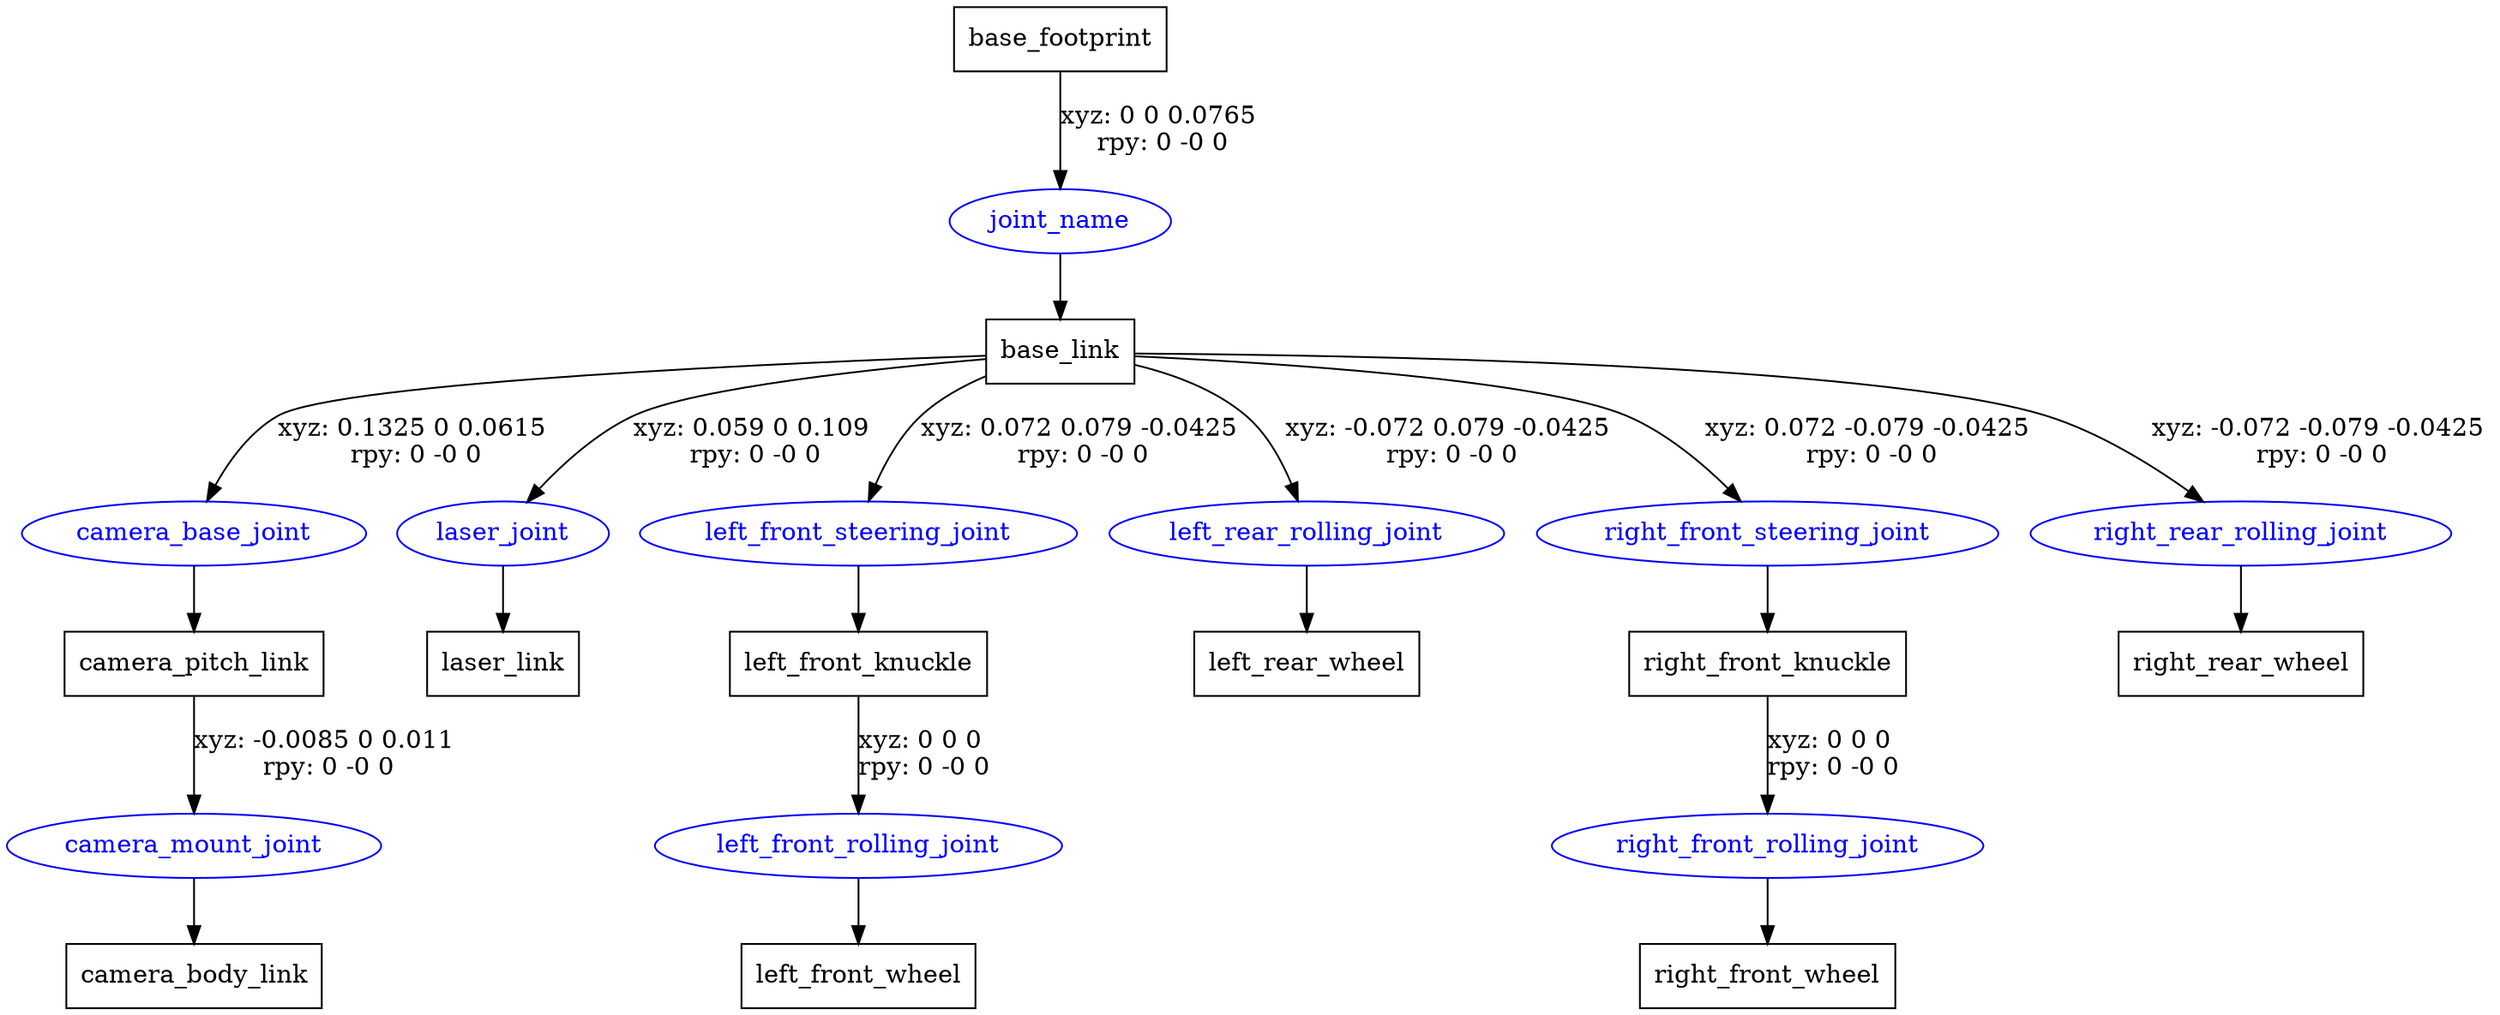
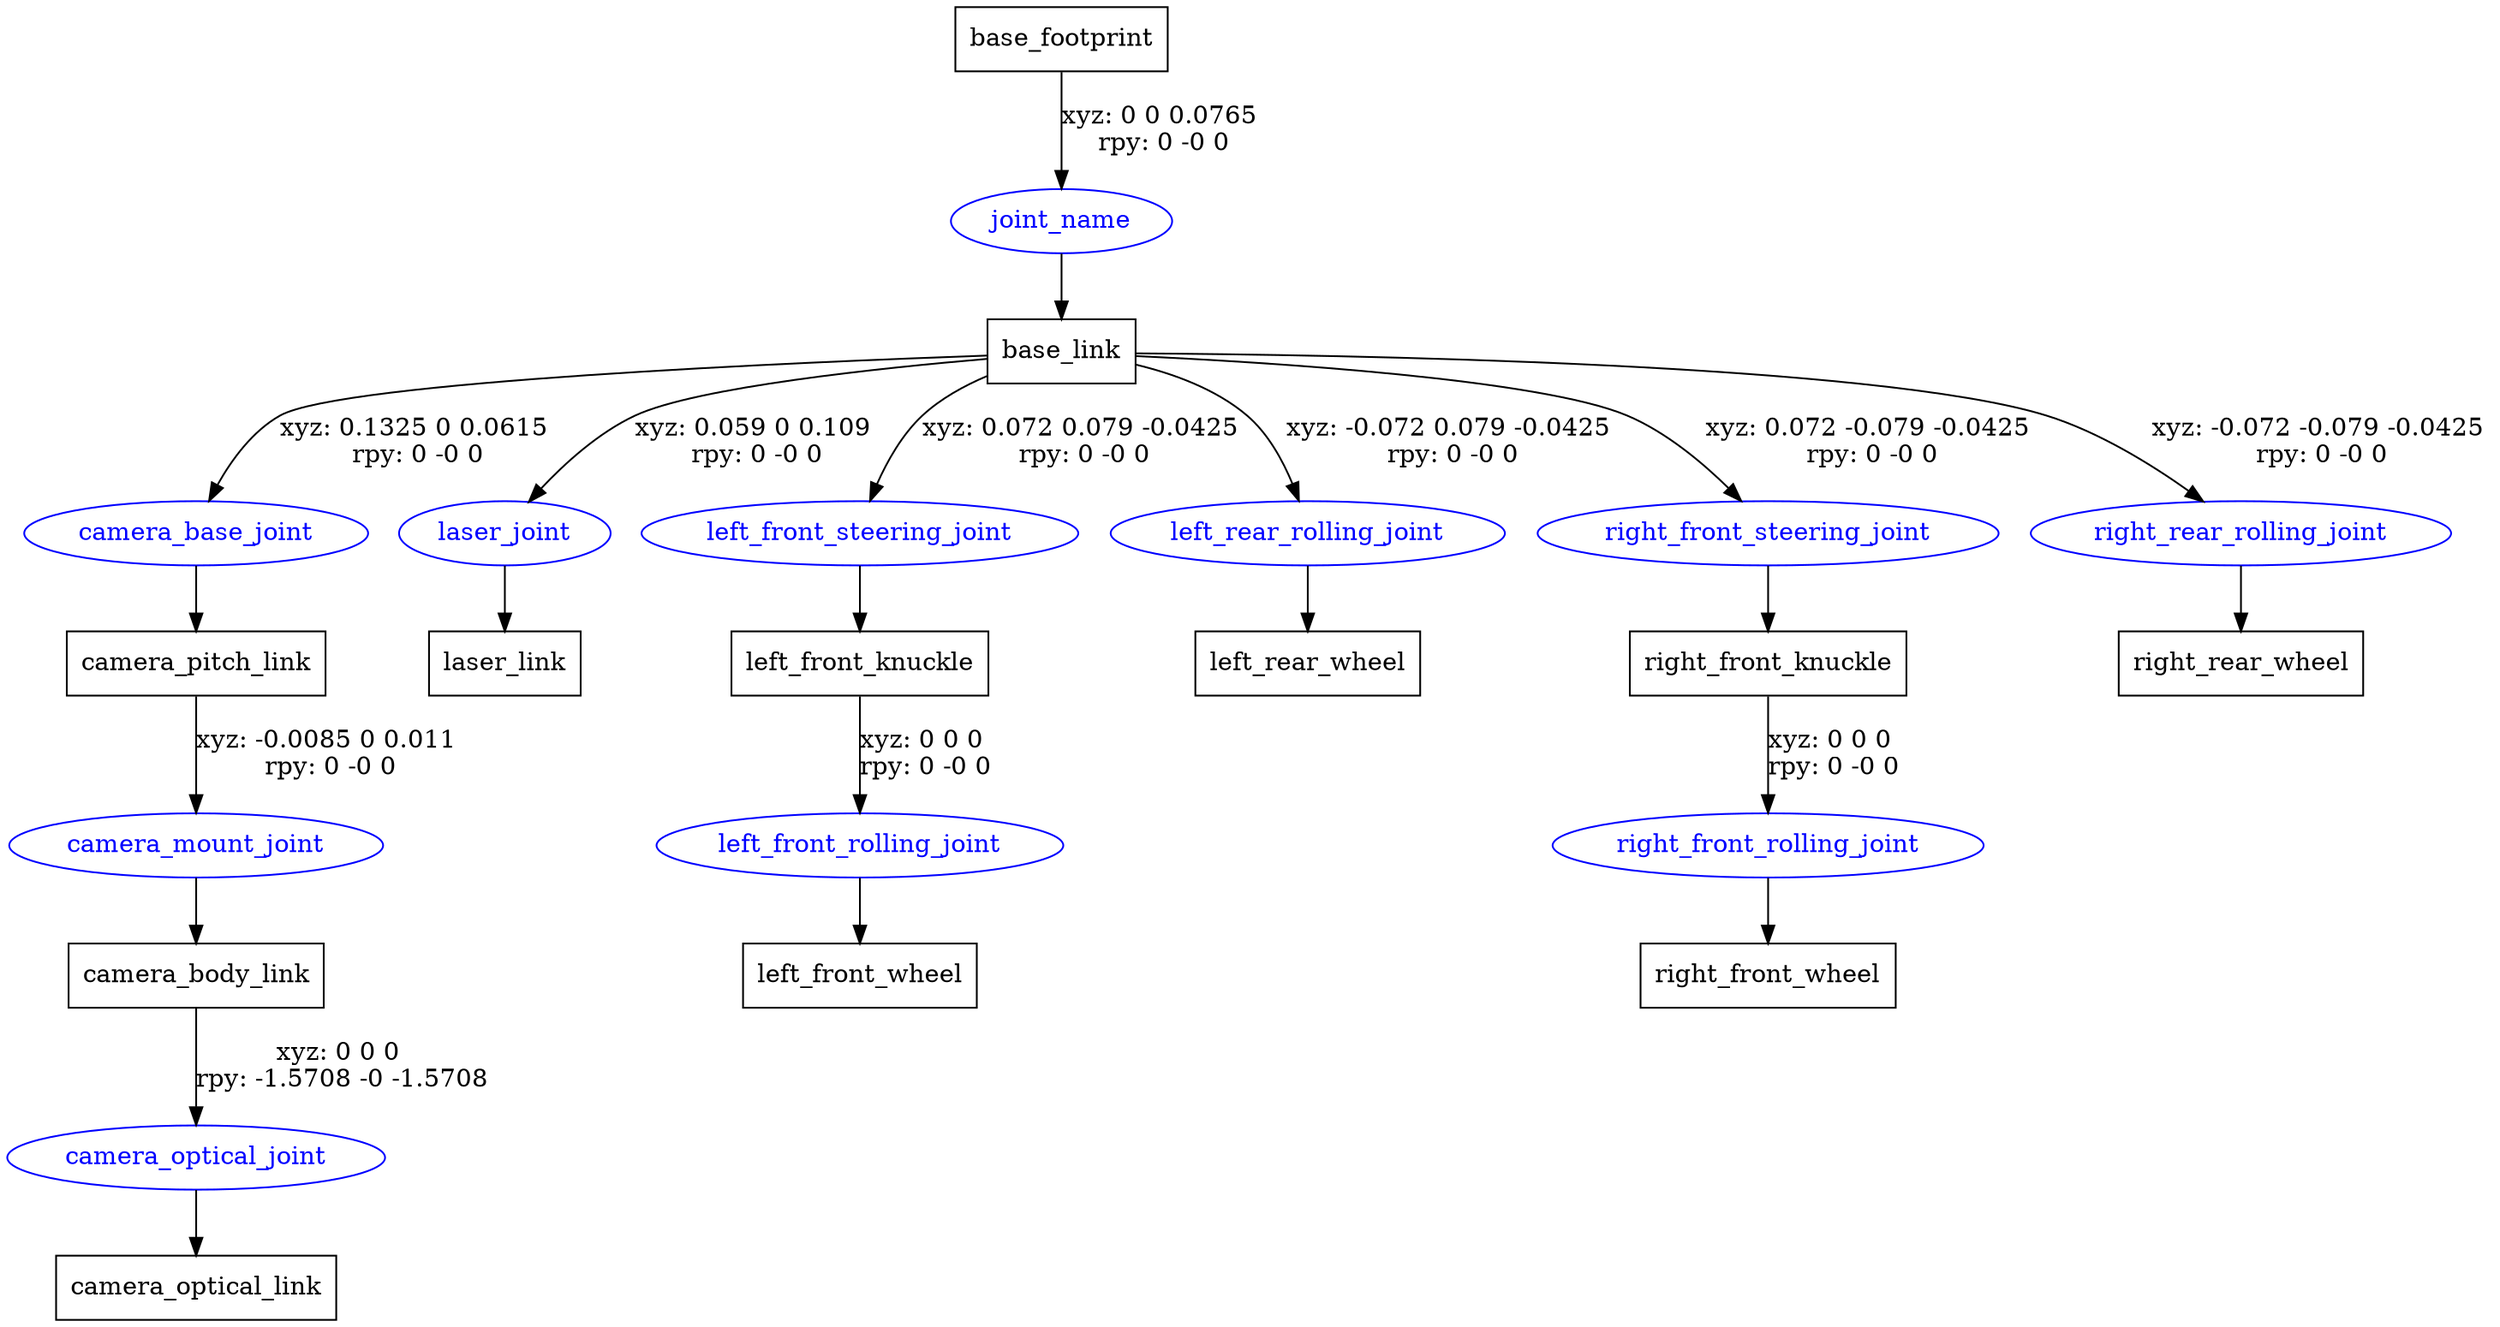
digraph G {
node [shape=box];
"base_footprint" [label="base_footprint"];
"base_link" [label="base_link"];
"camera_pitch_link" [label="camera_pitch_link"];
"camera_body_link" [label="camera_body_link"];
+ "camera_optical_link" [label="camera_optical_link"];
"laser_link" [label="laser_link"];
"left_front_knuckle" [label="left_front_knuckle"];
"left_front_wheel" [label="left_front_wheel"];
"left_rear_wheel" [label="left_rear_wheel"];
"right_front_knuckle" [label="right_front_knuckle"];
"right_front_wheel" [label="right_front_wheel"];
"right_rear_wheel" [label="right_rear_wheel"];
node [shape=ellipse, color=blue, fontcolor=blue];
"base_footprint" -> "joint_name" [label="xyz: 0 0 0.0765 \nrpy: 0 -0 0"]
"joint_name" -> "base_link"
"base_link" -> "camera_base_joint" [label="xyz: 0.1325 0 0.0615 \nrpy: 0 -0 0"]
"camera_base_joint" -> "camera_pitch_link"
"camera_pitch_link" -> "camera_mount_joint" [label="xyz: -0.0085 0 0.011 \nrpy: 0 -0 0"]
"camera_mount_joint" -> "camera_body_link"
+ "camera_body_link" -> "camera_optical_joint" [label="xyz: 0 0 0 \nrpy: -1.5708 -0 -1.5708"]
+ "camera_optical_joint" -> "camera_optical_link"
"base_link" -> "laser_joint" [label="xyz: 0.059 0 0.109 \nrpy: 0 -0 0"]
"laser_joint" -> "laser_link"
"base_link" -> "left_front_steering_joint" [label="xyz: 0.072 0.079 -0.0425 \nrpy: 0 -0 0"]
"left_front_steering_joint" -> "left_front_knuckle"
"left_front_knuckle" -> "left_front_rolling_joint" [label="xyz: 0 0 0 \nrpy: 0 -0 0"]
"left_front_rolling_joint" -> "left_front_wheel"
"base_link" -> "left_rear_rolling_joint" [label="xyz: -0.072 0.079 -0.0425 \nrpy: 0 -0 0"]
"left_rear_rolling_joint" -> "left_rear_wheel"
"base_link" -> "right_front_steering_joint" [label="xyz: 0.072 -0.079 -0.0425 \nrpy: 0 -0 0"]
"right_front_steering_joint" -> "right_front_knuckle"
"right_front_knuckle" -> "right_front_rolling_joint" [label="xyz: 0 0 0 \nrpy: 0 -0 0"]
"right_front_rolling_joint" -> "right_front_wheel"
"base_link" -> "right_rear_rolling_joint" [label="xyz: -0.072 -0.079 -0.0425 \nrpy: 0 -0 0"]
"right_rear_rolling_joint" -> "right_rear_wheel"
}
